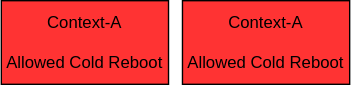
Earlier version of the draw.io export hss-and-u-boot/images/reboot/context-a-cold-context-b-cold.drawio.svg (polarfire-soc/polarfire-soc-documentation). Source tidied: cells renumbered, new cells last; positions are measured from the earlier drawing's top-left corner, leaving out a move shared by most shapes. Its diagram source:
```xml
<mxGraphModel>
  <root>
    <mxCell id="0" />
    <mxCell id="1" parent="0" />
    <mxCell id="2" value="Context-A&lt;br&gt;&lt;br&gt;Allowed Cold Reboot" style="rounded=0;whiteSpace=wrap;html=1;fillColor=#FF3333;" parent="1" vertex="1">
      <mxGeometry width="120" height="60" as="geometry" />
    </mxCell>
    <mxCell id="3" value="Context-A&lt;br&gt;&lt;br&gt;Allowed Cold Reboot" style="rounded=0;whiteSpace=wrap;html=1;fillColor=#FF3333;" parent="1" vertex="1">
      <mxGeometry x="130" width="120" height="60" as="geometry" />
    </mxCell>
  </root>
</mxGraphModel>
```
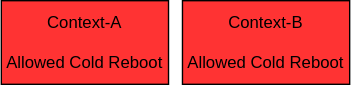
Later version of the same file.

Commit message:
reboot: fix typo on image

Change to the diagram source:
```diff
@@ -5,7 +5,7 @@
     <mxCell id="2" value="Context-A&lt;br&gt;&lt;br&gt;Allowed Cold Reboot" style="rounded=0;whiteSpace=wrap;html=1;fillColor=#FF3333;" parent="1" vertex="1">
       <mxGeometry width="120" height="60" as="geometry" />
     </mxCell>
-    <mxCell id="3" value="Context-A&lt;br&gt;&lt;br&gt;Allowed Cold Reboot" style="rounded=0;whiteSpace=wrap;html=1;fillColor=#FF3333;" parent="1" vertex="1">
+    <mxCell id="3" value="Context-B&lt;br&gt;&lt;br&gt;Allowed Cold Reboot" style="rounded=0;whiteSpace=wrap;html=1;fillColor=#FF3333;" parent="1" vertex="1">
       <mxGeometry x="130" width="120" height="60" as="geometry" />
     </mxCell>
   </root>
```
